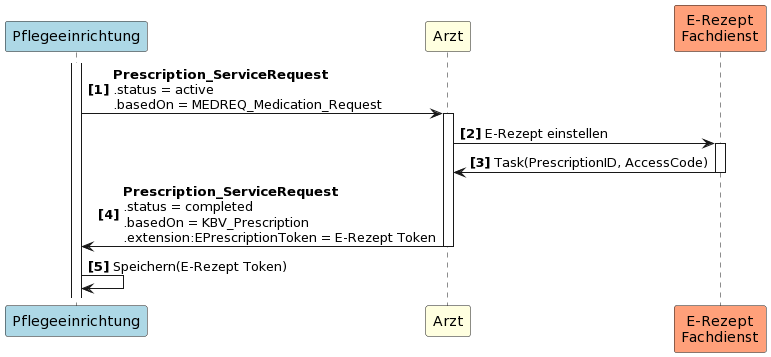
gematik/spec-E-Rezept-ServiceRequest keeps this PlantUML diagram as guides/ig-rezeptanforderung/images/puml_images/UC1_1.png. Above is the earlier version. Its diagram source:
```plantuml
@startuml
autonumber "<b>[0]"
participant Pflegeeinrichtung as PE #LightBlue
participant Arzt as A #LightYellow
participant "E-Rezept\nFachdienst" as FD #LightSalmon

activate PE
PE -> A++: <b>Prescription_ServiceRequest \n.status = active \n.basedOn = MEDREQ_Medication_Request
A -> FD++: E-Rezept einstellen
FD -> A--: Task(PrescriptionID, AccessCode)
A -> PE--: <b>Prescription_ServiceRequest \n.status = completed \n.basedOn = KBV_Prescription \n.extension:EPrescriptionToken = E-Rezept Token
PE -> PE: Speichern(E-Rezept Token)
@enduml
```
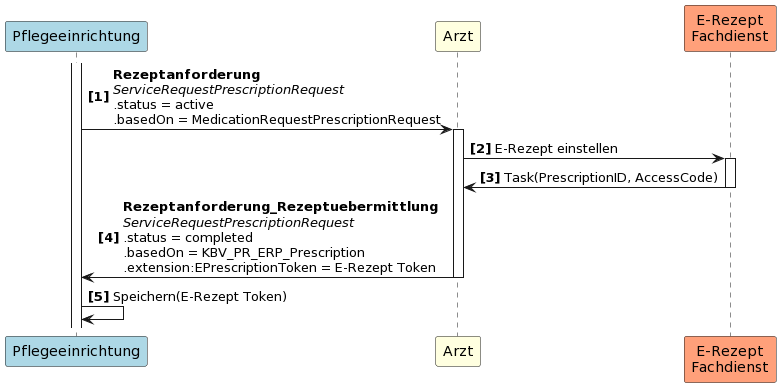
Later version of the same file.

Change to the diagram source:
```diff
@@ -5,9 +5,9 @@
 participant "E-Rezept\nFachdienst" as FD #LightSalmon
 
 activate PE
-PE -> A++: <b>Prescription_ServiceRequest \n.status = active \n.basedOn = MEDREQ_Medication_Request
+PE -> A++: <b>Rezeptanforderung \n<i>ServiceRequestPrescriptionRequest \n.status = active \n.basedOn = MedicationRequestPrescriptionRequest
 A -> FD++: E-Rezept einstellen
 FD -> A--: Task(PrescriptionID, AccessCode)
-A -> PE--: <b>Prescription_ServiceRequest \n.status = completed \n.basedOn = KBV_Prescription \n.extension:EPrescriptionToken = E-Rezept Token
+A -> PE--: <b>Rezeptanforderung_Rezeptuebermittlung\n<i>ServiceRequestPrescriptionRequest \n.status = completed \n.basedOn = KBV_PR_ERP_Prescription \n.extension:EPrescriptionToken = E-Rezept Token
 PE -> PE: Speichern(E-Rezept Token)
 @enduml
```
